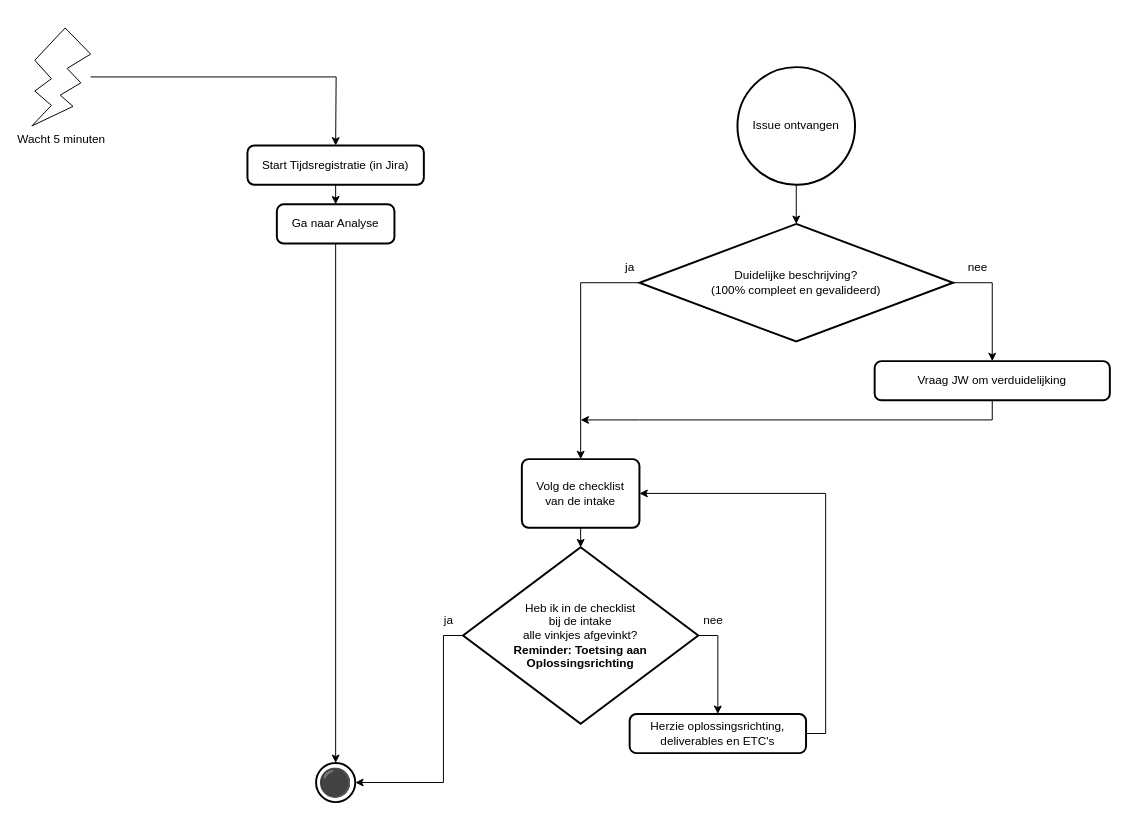
Before: 1 Issue Tracker intake.drawio in Zaibatsu89/IssueTracker, a draw.io diagram. Source tidied: cells renumbered, new cells numbered last; positions are measured from the earlier drawing's top-left corner, leaving out a move shared by most shapes. Both pictures are drawn from the tidied source at 98%, with x=0, y=0 at pixel (31, 27).
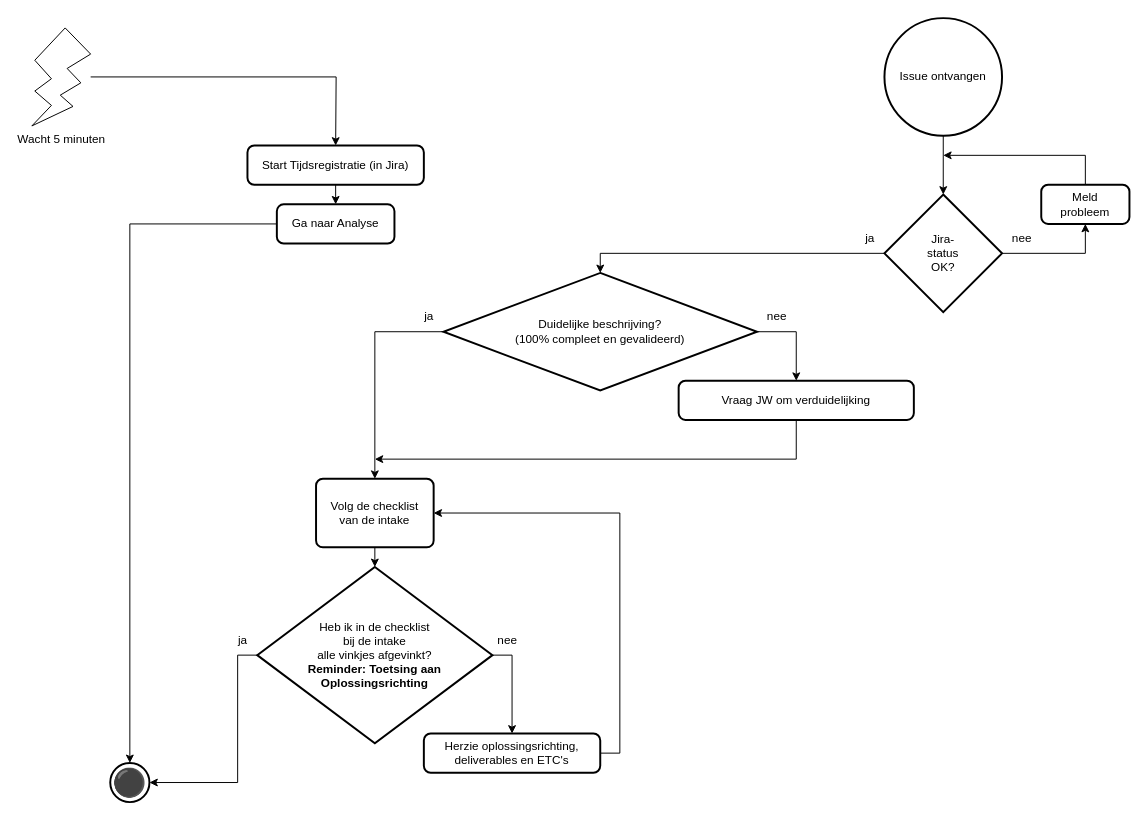
After the change.

Commit message:
Voeg "Jira-status OK?" en "Duidelijke beschrijving? (100% compleet en gevalideerd)" of "Meld probleem" toe na "Issue ontvangen" in intake flowchart

The edit, as a diff of the source:
```diff
@@
-    <mxCell id="2" style="edgeStyle=orthogonalEdgeStyle;rounded=0;jettySize=auto;html=1;" parent="1" edge="1" source="3" target="6">
-      <mxGeometry relative="1" as="geometry" />
-    </mxCell>
     <mxCell id="3" value="Issue ontvangen" style="strokeWidth=2;html=1;shape=mxgraph.flowchart.start_2;whiteSpace=wrap;" parent="1" vertex="1">
-      <mxGeometry x="720" y="40" width="120" height="120" as="geometry" />
+      <mxGeometry x="870" y="-10" width="120" height="120" as="geometry" />
     </mxCell>
@@
     <mxCell id="6" value="Duidelijke beschrijving?&lt;br&gt;(100% compleet en gevalideerd)" style="strokeWidth=2;html=1;shape=mxgraph.flowchart.decision;whiteSpace=wrap;" parent="1" vertex="1">
-      <mxGeometry x="620" y="200" width="320" height="120" as="geometry" />
+      <mxGeometry x="420" y="250" width="320" height="120" as="geometry" />
     </mxCell>
     <mxCell id="7" style="edgeStyle=orthogonalEdgeStyle;rounded=0;jettySize=auto;html=1;" parent="1" edge="1" source="8">
       <mxGeometry relative="1" as="geometry">
-        <mxPoint x="560" y="400" as="targetPoint" />
+        <mxPoint x="350" y="440" as="targetPoint" />
         <Array as="points">
-          <mxPoint x="980" y="400" />
-          <mxPoint x="620" y="400" />
+          <mxPoint x="780" y="440" />
+          <mxPoint x="350" y="440" />
         </Array>
       </mxGeometry>
     </mxCell>
     <mxCell id="8" value="Vraag JW om verduidelijking" style="rounded=1;whiteSpace=wrap;html=1;absoluteArcSize=1;arcSize=14;strokeWidth=2;" parent="1" vertex="1">
-      <mxGeometry x="860" y="340" width="240" height="40" as="geometry" />
+      <mxGeometry x="660" y="360" width="240" height="40" as="geometry" />
     </mxCell>
     <mxCell id="9" value="nee" style="text;html=1;align=center;verticalAlign=middle;strokeColor=none;fillColor=none;" parent="1" vertex="1">
-      <mxGeometry x="945" y="230" width="40" height="30" as="geometry" />
+      <mxGeometry x="740" y="280" width="40" height="30" as="geometry" />
     </mxCell>
     <mxCell id="10" value="ja" style="text;html=1;align=center;verticalAlign=middle;strokeColor=none;fillColor=none;" parent="1" vertex="1">
-      <mxGeometry x="595" y="230" width="30" height="30" as="geometry" />
+      <mxGeometry x="390" y="280" width="30" height="30" as="geometry" />
     </mxCell>
     <mxCell id="11" value="⚫" style="strokeWidth=2;html=1;shape=mxgraph.flowchart.start_2;whiteSpace=wrap;fillStyle=solid;fillColor=none;perimeterSpacing=0;shadow=0;gradientColor=none;gradientDirection=north;fontSize=28;" parent="1" vertex="1">
-      <mxGeometry x="290" y="750" width="40" height="40" as="geometry" />
+      <mxGeometry x="80" y="750" width="40" height="40" as="geometry" />
     </mxCell>
@@
     <mxCell id="15" value="Volg de checklist&lt;br&gt;van de intake" style="rounded=1;whiteSpace=wrap;html=1;absoluteArcSize=1;arcSize=14;strokeWidth=2;" parent="1" vertex="1">
-      <mxGeometry x="500" y="440" width="120" height="70" as="geometry" />
+      <mxGeometry x="290" y="460" width="120" height="70" as="geometry" />
     </mxCell>
@@
     <mxCell id="20" style="edgeStyle=orthogonalEdgeStyle;rounded=0;jettySize=auto;html=1;exitX=0;exitY=0.5;exitDx=0;exitDy=0;exitPerimeter=0;entryX=1;entryY=0.5;entryDx=0;entryDy=0;entryPerimeter=0;" parent="1" edge="1" source="22" target="11">
       <mxGeometry relative="1" as="geometry">
         <Array as="points">
-          <mxPoint x="420" y="620" />
-          <mxPoint x="420" y="770" />
+          <mxPoint x="210" y="640" />
+          <mxPoint x="210" y="770" />
         </Array>
       </mxGeometry>
     </mxCell>
@@
     <mxCell id="22" value="Heb ik in de checklist&lt;br&gt;bij de intake&lt;br&gt;alle vinkjes afgevinkt?&lt;br&gt;&lt;b&gt;Reminder: Toetsing aan Oplossingsrichting&lt;/b&gt;" style="strokeWidth=2;html=1;shape=mxgraph.flowchart.decision;whiteSpace=wrap;" parent="1" vertex="1">
-      <mxGeometry x="440" y="530" width="240" height="180" as="geometry" />
+      <mxGeometry x="230" y="550" width="240" height="180" as="geometry" />
     </mxCell>
@@
     <mxCell id="24" value="ja" style="text;html=1;align=center;verticalAlign=middle;strokeColor=none;fillColor=none;" parent="1" vertex="1">
-      <mxGeometry x="410" y="590" width="30" height="30" as="geometry" />
+      <mxGeometry x="200" y="610" width="30" height="30" as="geometry" />
     </mxCell>
@@
     <mxCell id="26" value="Herzie oplossingsrichting,&lt;br&gt;deliverables en ETC's" style="rounded=1;whiteSpace=wrap;html=1;absoluteArcSize=1;arcSize=14;strokeWidth=2;" parent="1" vertex="1">
-      <mxGeometry x="610" y="700" width="180" height="40" as="geometry" />
+      <mxGeometry x="400" y="720" width="180" height="40" as="geometry" />
     </mxCell>
     <mxCell id="27" value="nee" style="text;html=1;align=center;verticalAlign=middle;strokeColor=none;fillColor=none;" parent="1" vertex="1">
-      <mxGeometry x="675" y="590" width="40" height="30" as="geometry" />
+      <mxGeometry x="465" y="610" width="40" height="30" as="geometry" />
     </mxCell>
+    <mxCell id="28" style="edgeStyle=orthogonalEdgeStyle;rounded=0;jettySize=auto;html=1;exitX=1;exitY=0.5;exitDx=0;exitDy=0;exitPerimeter=0;entryX=0.5;entryY=1;entryDx=0;entryDy=0;" parent="1" edge="1" source="29" target="32">
+      <mxGeometry relative="1" as="geometry" />
+    </mxCell>
+    <mxCell id="29" value="Jira-&lt;br&gt;status&lt;br&gt;OK?" style="strokeWidth=2;html=1;shape=mxgraph.flowchart.decision;whiteSpace=wrap;" parent="1" vertex="1">
+      <mxGeometry x="870" y="170" width="120" height="120" as="geometry" />
+    </mxCell>
+    <mxCell id="30" style="edgeStyle=orthogonalEdgeStyle;rounded=0;jettySize=auto;html=1;exitX=0.5;exitY=1;exitDx=0;exitDy=0;exitPerimeter=0;entryX=0.5;entryY=0;entryDx=0;entryDy=0;entryPerimeter=0;" parent="1" edge="1" source="3" target="29">
+      <mxGeometry relative="1" as="geometry" />
+    </mxCell>
+    <mxCell id="31" style="edgeStyle=orthogonalEdgeStyle;rounded=0;jettySize=auto;html=1;exitX=0.5;exitY=0;exitDx=0;exitDy=0;" parent="1" edge="1" source="32">
+      <mxGeometry relative="1" as="geometry">
+        <mxPoint x="930" y="130" as="targetPoint" />
+        <Array as="points">
+          <mxPoint x="1075" y="130" />
+          <mxPoint x="930" y="130" />
+        </Array>
+      </mxGeometry>
+    </mxCell>
+    <mxCell id="32" value="Meld&lt;br&gt;probleem" style="rounded=1;whiteSpace=wrap;html=1;absoluteArcSize=1;arcSize=14;strokeWidth=2;" parent="1" vertex="1">
+      <mxGeometry x="1030" y="160" width="90" height="40" as="geometry" />
+    </mxCell>
+    <mxCell id="33" value="nee" style="text;html=1;align=center;verticalAlign=middle;strokeColor=none;fillColor=none;" parent="1" vertex="1">
+      <mxGeometry x="990" y="200" width="40" height="30" as="geometry" />
+    </mxCell>
+    <mxCell id="34" style="edgeStyle=orthogonalEdgeStyle;rounded=0;jettySize=auto;html=1;exitX=0;exitY=0.5;exitDx=0;exitDy=0;exitPerimeter=0;entryX=0.5;entryY=0;entryDx=0;entryDy=0;entryPerimeter=0;" parent="1" edge="1" source="29" target="6">
+      <mxGeometry relative="1" as="geometry" />
+    </mxCell>
+    <mxCell id="35" value="ja" style="text;html=1;align=center;verticalAlign=middle;strokeColor=none;fillColor=none;" parent="1" vertex="1">
+      <mxGeometry x="840" y="200" width="30" height="30" as="geometry" />
+    </mxCell>
```
